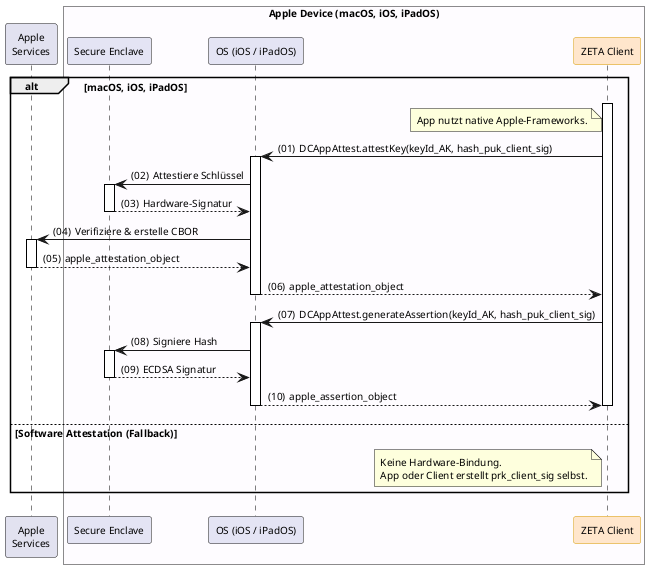
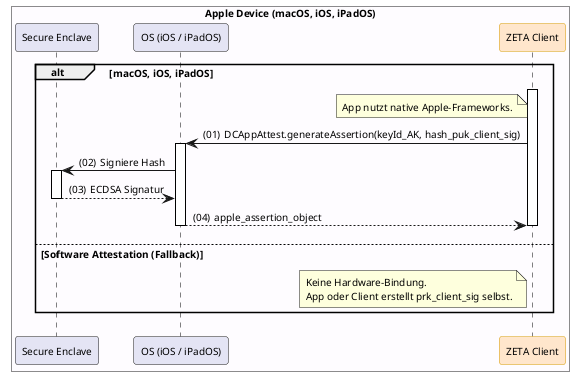
@startuml "key-preparation"
autonumber "(00)"
skinparam defaultFontSize 10
skinparam defaultFontName Helvetica
skinparam DefaultMonospacedFontName Courier
skinparam lengthAdjust none
skinparam sequenceReferenceBackgroundColor White
skinparam SequenceReferenceFontSize 12
skinparam sequenceMessageAlign left
hide stereotype

' Box colors
!define LEI_COLOR #GhostWhite
!define LEI_COMPONENT_COLOR #E4E4F4
!define PRIMAERSYSTEM_COLOR #Lavender
!define MOBILE_COLOR #fefcff

' Participant colors
<style>
sequenceDiagram {
  participant {
    .zeta {
      BackgroundColor #FFE6CC
      LineColor #D79B00
    }
  }
  lifeline {
    BackgroundColor White
    LineColor Black
  }
}
</style>

!pragma teoz true

- participant "Apple\nServices" as Apple
box "Apple Device (macOS, iOS, iPadOS)" MOBILE_COLOR
  participant "Secure Enclave" as SE LEI_COMPONENT_COLOR
  participant "OS (iOS / iPadOS)" as AppleOS LEI_COMPONENT_COLOR
  participant "ZETA Client" as Client <<zeta>>
end box


alt macOS, iOS, iPadOS

    Client++
    note left of Client: App nutzt native Apple-Frameworks.

-     Client -> AppleOS++: DCAppAttest.attestKey(keyId_AK, hash_puk_client_sig)
-     AppleOS -> SE++: Attestiere Schlüssel
-     SE --> AppleOS--: Hardware-Signatur
-     AppleOS -> Apple++: Verifiziere & erstelle CBOR
-     Apple --> AppleOS--: apple_attestation_object
-     AppleOS --> Client--: apple_attestation_object
- 
    Client -> AppleOS++: DCAppAttest.generateAssertion(keyId_AK, hash_puk_client_sig)
    AppleOS -> SE++: Signiere Hash
    SE --> AppleOS--: ECDSA Signatur
    AppleOS --> Client--: apple_assertion_object
    Client--

else Software Attestation (Fallback)
    note left of Client: Keine Hardware-Bindung.\nApp oder Client erstellt prk_client_sig selbst.
end

@enduml